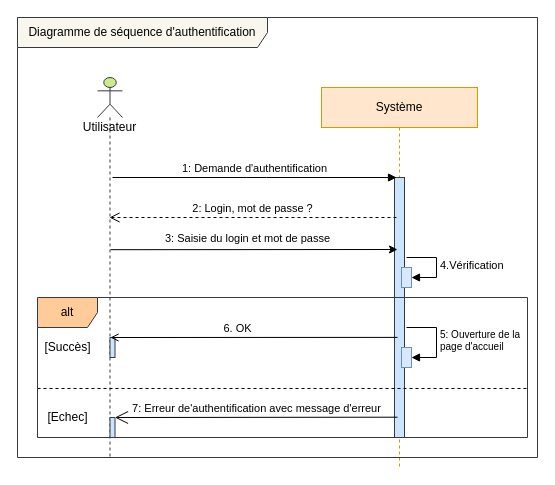
amine-elarass49/angular_doc keeps this draw.io diagram as scenario_client_login.drawio. Above is the earlier version. Source tidied: cells renumbered, new cells numbered last; positions are measured from the earlier drawing's top-left corner, leaving out a move shared by most shapes. Both pictures are drawn from the tidied source at 100%, with x=0, y=0 at pixel (17, 17).
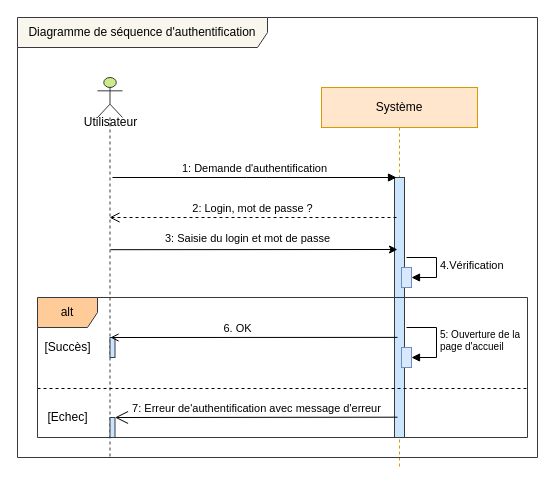
The same diagram, later.

Change to the diagram source:
```diff
@@
-    <mxCell id="2" value="Utilisateur" style="shape=umlLifeline;participant=umlActor;perimeter=lifelinePerimeter;whiteSpace=wrap;html=1;verticalAlign=top;spacingTop=36;outlineConnect=0;fillColor=#cdeb8b;strokeColor=#36393d;" parent="1" vertex="1">
+    <mxCell id="2" style="shape=umlLifeline;participant=umlActor;perimeter=lifelinePerimeter;whiteSpace=wrap;html=1;verticalAlign=top;spacingTop=36;outlineConnect=0;fillColor=#cdeb8b;strokeColor=#36393d;" parent="1" vertex="1">
       <mxGeometry x="80" y="60" width="25" height="380" as="geometry" />
     </mxCell>
@@
+    <mxCell id="23" value="Utilisateur" style="text;html=1;align=center;verticalAlign=middle;strokeColor=none;fillColor=none;" parent="1" vertex="1">
+      <mxGeometry x="52.5" y="90" width="80" height="30" as="geometry" />
+    </mxCell>
```
